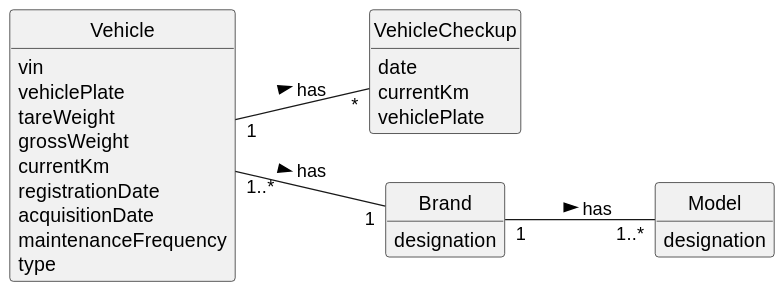
The PlantUML diagram docs/sprintC/us008/02.analysis/svg/us008-domain-model.svg in ricardomm7/leaflink, before a commit.
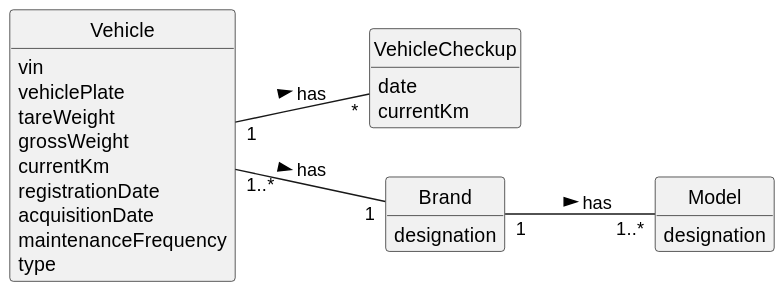
The same file after the commit.

What changed in the source:
```diff
@@ -13,7 +13,6 @@
 class VehicleCheckup {
     date
     currentKm
-    vehiclePlate
 }
 
 class Vehicle {
```
